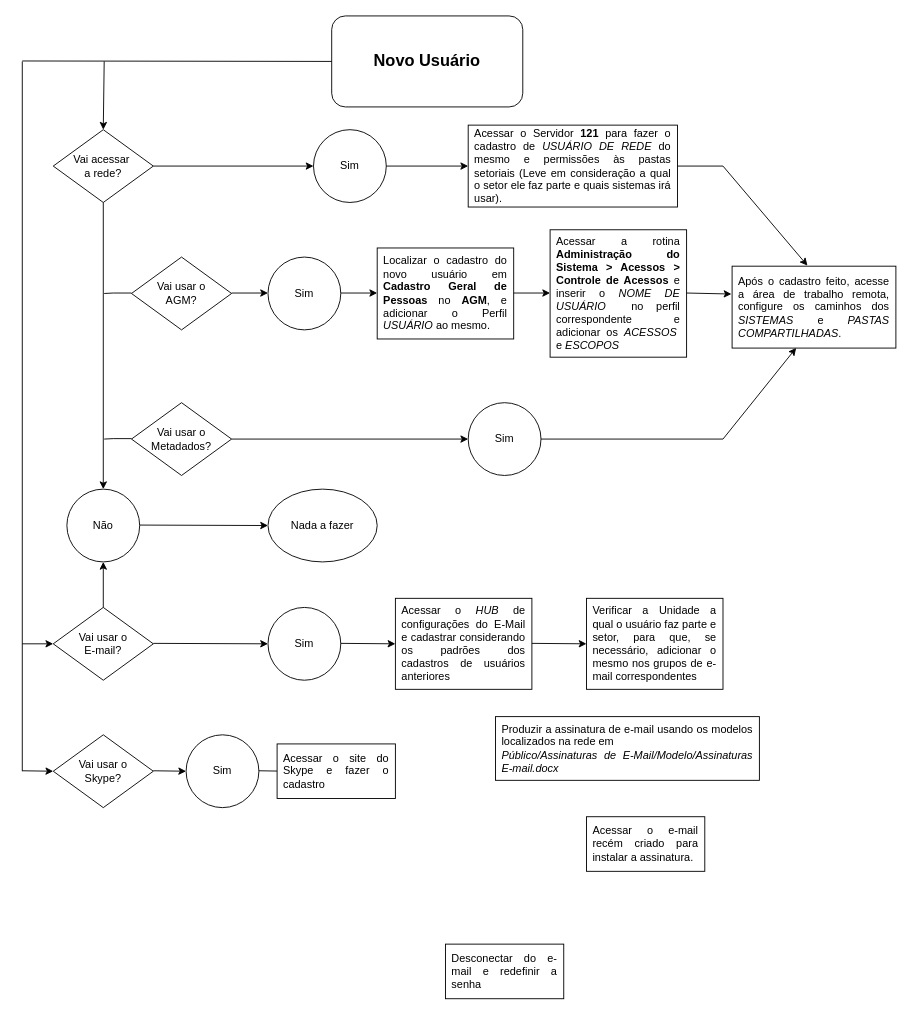
Before: Novos_Usuários.drawio in AlbertoPontes/Fluxogramas, a draw.io diagram. Source tidied: cells renumbered, new cells numbered last; positions are measured from the earlier drawing's top-left corner, leaving out a move shared by most shapes. Both pictures are drawn from the tidied source at 91%, with x=0, y=0 at pixel (22, 15).
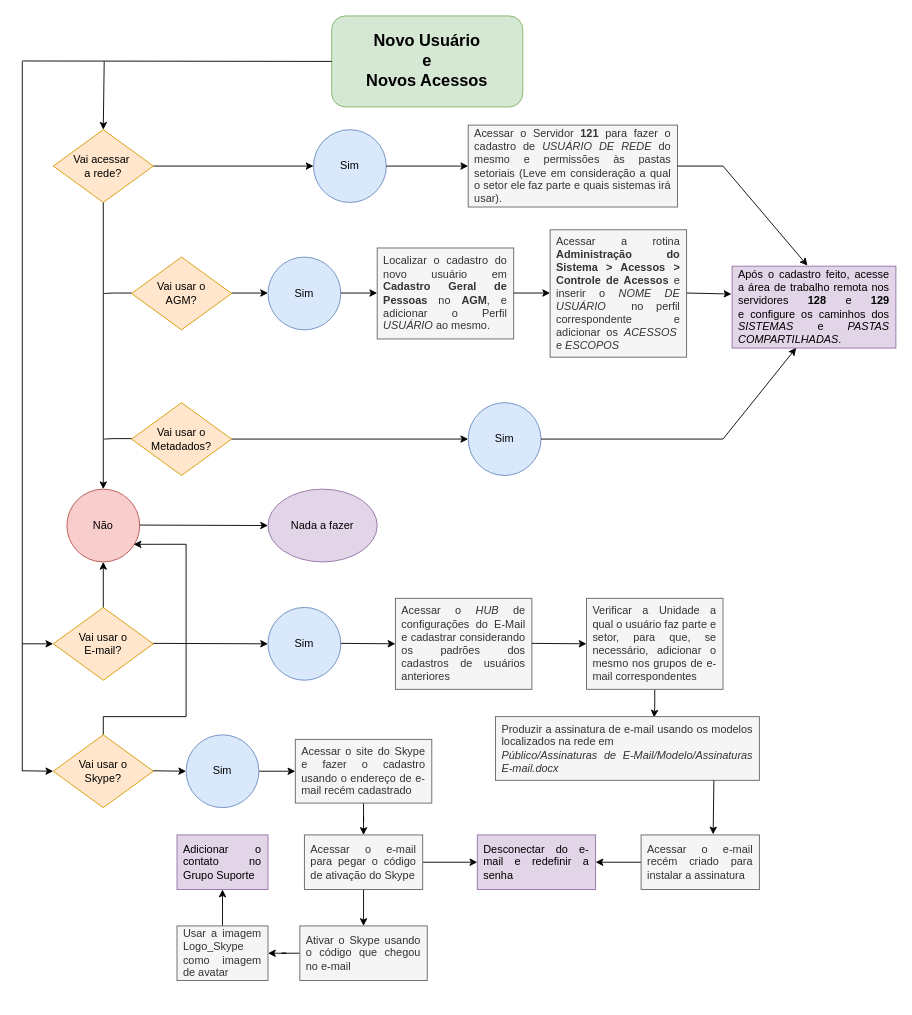
Above is the later version.

What changed in the source:
```diff
@@
-    <mxCell id="2" value="Vai usar o&lt;br&gt;AGM?" style="rhombus;whiteSpace=wrap;html=1;" parent="1" vertex="1">
+    <mxCell id="2" value="Vai usar o&lt;br&gt;AGM?" style="rhombus;whiteSpace=wrap;html=1;fillColor=#ffe6cc;strokeColor=#d79b00;" parent="1" vertex="1">
       <mxGeometry x="120" y="265" width="110" height="80" as="geometry" />
     </mxCell>
@@
-    <mxCell id="4" value="Sim" style="ellipse;whiteSpace=wrap;html=1;" parent="1" vertex="1">
+    <mxCell id="4" value="Sim" style="ellipse;whiteSpace=wrap;html=1;fillColor=#dae8fc;strokeColor=#6c8ebf;" parent="1" vertex="1">
       <mxGeometry x="320" y="125" width="80" height="80" as="geometry" />
     </mxCell>
-    <mxCell id="5" value="Não" style="ellipse;whiteSpace=wrap;html=1;" parent="1" vertex="1">
+    <mxCell id="5" value="Não" style="ellipse;whiteSpace=wrap;html=1;fillColor=#f8cecc;strokeColor=#b85450;" parent="1" vertex="1">
       <mxGeometry x="49" y="520" width="80" height="80" as="geometry" />
     </mxCell>
-    <mxCell id="6" value="Vai usar o Metadados?" style="rhombus;whiteSpace=wrap;html=1;" parent="1" vertex="1">
+    <mxCell id="6" value="Vai usar o Metadados?" style="rhombus;whiteSpace=wrap;html=1;fillColor=#ffe6cc;strokeColor=#d79b00;" parent="1" vertex="1">
       <mxGeometry x="120" y="425" width="110" height="80" as="geometry" />
     </mxCell>
@@
-    <mxCell id="8" value="Sim" style="ellipse;whiteSpace=wrap;html=1;" parent="1" vertex="1">
+    <mxCell id="8" value="Sim" style="ellipse;whiteSpace=wrap;html=1;fillColor=#dae8fc;strokeColor=#6c8ebf;" parent="1" vertex="1">
       <mxGeometry x="270" y="265" width="80" height="80" as="geometry" />
     </mxCell>
-    <mxCell id="9" value="Vai usar o&lt;br&gt;E-mail?" style="rhombus;whiteSpace=wrap;html=1;" parent="1" vertex="1">
+    <mxCell id="9" value="Vai usar o&lt;br&gt;E-mail?" style="rhombus;whiteSpace=wrap;html=1;fillColor=#ffe6cc;strokeColor=#d79b00;" parent="1" vertex="1">
       <mxGeometry x="34" y="650" width="110" height="80" as="geometry" />
     </mxCell>
@@
-    <mxCell id="11" value="&lt;div style=&quot;text-align: justify;&quot;&gt;&lt;span style=&quot;background-color: initial;&quot;&gt;Localizar o cadastro do novo usuário em &lt;b&gt;Cadastro Geral de Pessoas &lt;/b&gt;no &lt;b&gt;AGM&lt;/b&gt;, e adicionar&amp;nbsp;o Perfil &lt;i&gt;USUÁRIO&lt;/i&gt;&amp;nbsp;ao mesmo.&lt;/span&gt;&lt;/div&gt;" style="rounded=0;whiteSpace=wrap;html=1;perimeterSpacing=0;spacingLeft=4;spacingRight=4;spacing=4;spacingTop=4;spacingBottom=4;" parent="1" vertex="1">
+    <mxCell id="11" value="&lt;div style=&quot;text-align: justify;&quot;&gt;&lt;span style=&quot;background-color: initial;&quot;&gt;Localizar o cadastro do novo usuário em &lt;b&gt;Cadastro Geral de Pessoas &lt;/b&gt;no &lt;b&gt;AGM&lt;/b&gt;, e adicionar&amp;nbsp;o Perfil &lt;i&gt;USUÁRIO&lt;/i&gt;&amp;nbsp;ao mesmo.&lt;/span&gt;&lt;/div&gt;" style="rounded=0;whiteSpace=wrap;html=1;perimeterSpacing=0;spacingLeft=4;spacingRight=4;spacing=4;spacingTop=4;spacingBottom=4;fillColor=#f5f5f5;fontColor=#333333;strokeColor=#666666;" parent="1" vertex="1">
       <mxGeometry x="390" y="255" width="150" height="100" as="geometry" />
     </mxCell>
@@
-    <mxCell id="13" value="&lt;div style=&quot;text-align: justify;&quot;&gt;Acessar a rotina &lt;b&gt;Administração do Sistema &amp;gt; Acessos &amp;gt; Controle de Acessos&lt;/b&gt;&amp;nbsp;e inserir o &lt;i&gt;NOME DE USUÁRIO&lt;/i&gt;&amp;nbsp; no perfil correspondente e adicionar os &lt;i&gt;ACESSOS&amp;nbsp; &lt;/i&gt;e &lt;i&gt;ESCOPOS&lt;/i&gt;&lt;/div&gt;" style="rounded=0;whiteSpace=wrap;html=1;perimeterSpacing=0;spacingLeft=4;spacingRight=4;spacing=4;spacingTop=4;spacingBottom=4;" parent="1" vertex="1">
+    <mxCell id="13" value="&lt;div style=&quot;text-align: justify;&quot;&gt;Acessar a rotina &lt;b&gt;Administração do Sistema &amp;gt; Acessos &amp;gt; Controle de Acessos&lt;/b&gt;&amp;nbsp;e inserir o &lt;i&gt;NOME DE USUÁRIO&lt;/i&gt;&amp;nbsp; no perfil correspondente e adicionar os &lt;i&gt;ACESSOS&amp;nbsp; &lt;/i&gt;e &lt;i&gt;ESCOPOS&lt;/i&gt;&lt;/div&gt;" style="rounded=0;whiteSpace=wrap;html=1;perimeterSpacing=0;spacingLeft=4;spacingRight=4;spacing=4;spacingTop=4;spacingBottom=4;fillColor=#f5f5f5;fontColor=#333333;strokeColor=#666666;" parent="1" vertex="1">
       <mxGeometry x="580" y="235" width="150" height="140" as="geometry" />
     </mxCell>
-    <mxCell id="14" value="Vai acessar&amp;nbsp;&lt;br&gt;a rede?" style="rhombus;whiteSpace=wrap;html=1;" parent="1" vertex="1">
+    <mxCell id="14" value="Vai acessar&amp;nbsp;&lt;br&gt;a rede?" style="rhombus;whiteSpace=wrap;html=1;fillColor=#ffe6cc;strokeColor=#d79b00;" parent="1" vertex="1">
       <mxGeometry x="34" y="125" width="110" height="80" as="geometry" />
     </mxCell>
-    <mxCell id="15" value="&lt;div style=&quot;text-align: justify;&quot;&gt;Acessar o Servidor &lt;b&gt;121&lt;/b&gt;&amp;nbsp;para fazer o cadastro de &lt;i&gt;USUÁRIO DE REDE&lt;/i&gt;&amp;nbsp;do mesmo e permissões às pastas setoriais (Leve em consideração a qual o setor ele faz parte e quais sistemas irá usar).&amp;nbsp;&lt;/div&gt;" style="rounded=0;whiteSpace=wrap;html=1;perimeterSpacing=0;spacingLeft=4;spacingRight=4;spacing=4;spacingTop=4;spacingBottom=4;" parent="1" vertex="1">
+    <mxCell id="15" value="&lt;div style=&quot;text-align: justify;&quot;&gt;Acessar o Servidor &lt;b&gt;121&lt;/b&gt;&amp;nbsp;para fazer o cadastro de &lt;i&gt;USUÁRIO DE REDE&lt;/i&gt;&amp;nbsp;do mesmo e permissões às pastas setoriais (Leve em consideração a qual o setor ele faz parte e quais sistemas irá usar).&amp;nbsp;&lt;/div&gt;" style="rounded=0;whiteSpace=wrap;html=1;perimeterSpacing=0;spacingLeft=4;spacingRight=4;spacing=4;spacingTop=4;spacingBottom=4;fillColor=#f5f5f5;fontColor=#333333;strokeColor=#666666;" parent="1" vertex="1">
       <mxGeometry x="490" y="120" width="230" height="90" as="geometry" />
     </mxCell>
-    <mxCell id="16" value="&lt;div style=&quot;text-align: justify;&quot;&gt;Após o cadastro feito, acesse a área de trabalho remota, configure os caminhos dos &lt;i&gt;SISTEMAS&lt;/i&gt;&amp;nbsp;e &lt;i&gt;PASTAS COMPARTILHADAS&lt;/i&gt;.&lt;br&gt;&lt;/div&gt;" style="rounded=0;whiteSpace=wrap;html=1;perimeterSpacing=0;spacingLeft=4;spacingRight=4;spacing=4;spacingTop=4;spacingBottom=4;" parent="1" vertex="1">
+    <mxCell id="16" value="&lt;div style=&quot;text-align: justify;&quot;&gt;Após o cadastro feito, acesse a área de trabalho remota nos servidores&amp;nbsp;&lt;b&gt;128&lt;/b&gt; e &lt;b&gt;129 &lt;/b&gt;e&amp;nbsp;configure os caminhos dos &lt;i&gt;SISTEMAS&lt;/i&gt;&amp;nbsp;e &lt;i&gt;PASTAS COMPARTILHADAS&lt;/i&gt;.&lt;br&gt;&lt;/div&gt;" style="rounded=0;whiteSpace=wrap;html=1;perimeterSpacing=0;spacingLeft=4;spacingRight=4;spacing=4;spacingTop=4;spacingBottom=4;fillColor=#e1d5e7;strokeColor=#9673a6;" parent="1" vertex="1">
       <mxGeometry x="780" y="275" width="180" height="90" as="geometry" />
     </mxCell>
@@
-    <mxCell id="19" value="Sim" style="ellipse;whiteSpace=wrap;html=1;" parent="1" vertex="1">
+    <mxCell id="19" value="Sim" style="ellipse;whiteSpace=wrap;html=1;fillColor=#dae8fc;strokeColor=#6c8ebf;" parent="1" vertex="1">
       <mxGeometry x="490" y="425" width="80" height="80" as="geometry" />
     </mxCell>
@@
-    <mxCell id="23" value="&lt;b&gt;&lt;font style=&quot;font-size: 18px;&quot;&gt;Novo Usuário&lt;/font&gt;&lt;/b&gt;" style="rounded=1;whiteSpace=wrap;html=1;" parent="1" vertex="1">
+    <mxCell id="23" value="&lt;b&gt;&lt;font style=&quot;font-size: 18px;&quot;&gt;Novo Usuário&lt;br&gt;e&lt;br&gt;Novos Acessos&lt;br&gt;&lt;/font&gt;&lt;/b&gt;" style="rounded=1;whiteSpace=wrap;html=1;fillColor=#d5e8d4;strokeColor=#82b366;" parent="1" vertex="1">
       <mxGeometry x="340" width="210" height="100" as="geometry" />
     </mxCell>
@@
-    <mxCell id="32" value="Nada a fazer" style="ellipse;whiteSpace=wrap;html=1;" parent="1" vertex="1">
+    <mxCell id="32" value="Nada a fazer" style="ellipse;whiteSpace=wrap;html=1;fillColor=#e1d5e7;strokeColor=#9673a6;" parent="1" vertex="1">
       <mxGeometry x="270" y="520" width="120" height="80" as="geometry" />
     </mxCell>
@@
-    <mxCell id="35" value="Sim" style="ellipse;whiteSpace=wrap;html=1;" parent="1" vertex="1">
+    <mxCell id="35" value="Sim" style="ellipse;whiteSpace=wrap;html=1;fillColor=#dae8fc;strokeColor=#6c8ebf;" parent="1" vertex="1">
       <mxGeometry x="270" y="650" width="80" height="80" as="geometry" />
     </mxCell>
-    <mxCell id="36" value="&lt;div style=&quot;text-align: justify;&quot;&gt;Acessar o &lt;i&gt;HUB&lt;/i&gt;&amp;nbsp;de configurações do E-Mail e cadastrar considerando os padrões dos cadastros de usuários anteriores&lt;/div&gt;" style="rounded=0;whiteSpace=wrap;html=1;perimeterSpacing=0;spacingLeft=4;spacingRight=4;spacing=4;spacingTop=4;spacingBottom=4;" parent="1" vertex="1">
+    <mxCell id="36" value="&lt;div style=&quot;text-align: justify;&quot;&gt;Acessar o &lt;i&gt;HUB&lt;/i&gt;&amp;nbsp;de configurações do E-Mail e cadastrar considerando os padrões dos cadastros de usuários anteriores&lt;/div&gt;" style="rounded=0;whiteSpace=wrap;html=1;perimeterSpacing=0;spacingLeft=4;spacingRight=4;spacing=4;spacingTop=4;spacingBottom=4;fillColor=#f5f5f5;fontColor=#333333;strokeColor=#666666;" parent="1" vertex="1">
       <mxGeometry x="410" y="640" width="150" height="100" as="geometry" />
     </mxCell>
+    <mxCell id="49" style="edgeStyle=orthogonalEdgeStyle;rounded=0;jettySize=auto;html=1;entryX=0.601;entryY=0.014;entryDx=0;entryDy=0;entryPerimeter=0;" parent="1" edge="1" source="37" target="38">
+      <mxGeometry relative="1" as="geometry" />
+    </mxCell>
-    <mxCell id="37" value="&lt;div style=&quot;text-align: justify;&quot;&gt;Verificar a Unidade a qual o usuário faz parte e setor, para que, se necessário, adicionar o mesmo nos grupos de e-mail correspondentes&lt;/div&gt;" style="rounded=0;whiteSpace=wrap;html=1;perimeterSpacing=0;spacingLeft=4;spacingRight=4;spacing=4;spacingTop=4;spacingBottom=4;" parent="1" vertex="1">
+    <mxCell id="37" value="&lt;div style=&quot;text-align: justify;&quot;&gt;Verificar a Unidade a qual o usuário faz parte e setor, para que, se necessário, adicionar o mesmo nos grupos de e-mail correspondentes&lt;/div&gt;" style="rounded=0;whiteSpace=wrap;html=1;perimeterSpacing=0;spacingLeft=4;spacingRight=4;spacing=4;spacingTop=4;spacingBottom=4;fillColor=#f5f5f5;fontColor=#333333;strokeColor=#666666;" parent="1" vertex="1">
       <mxGeometry x="620" y="640" width="150" height="100" as="geometry" />
     </mxCell>
-    <mxCell id="38" value="&lt;div style=&quot;text-align: justify;&quot;&gt;Produzir a assinatura de e-mail usando os modelos localizados na rede em&lt;/div&gt;&lt;div style=&quot;text-align: justify;&quot;&gt;&lt;i style=&quot;&quot;&gt;Público/Assinaturas de E-Mail/Modelo/Assinaturas E-mail.docx&lt;/i&gt;&lt;/div&gt;" style="rounded=0;whiteSpace=wrap;html=1;perimeterSpacing=0;spacingLeft=4;spacingRight=4;spacing=4;spacingTop=4;spacingBottom=4;" parent="1" vertex="1">
+    <mxCell id="38" value="&lt;div style=&quot;text-align: justify;&quot;&gt;Produzir a assinatura de e-mail usando os modelos localizados na rede em&lt;/div&gt;&lt;div style=&quot;text-align: justify;&quot;&gt;&lt;i style=&quot;&quot;&gt;Público/Assinaturas de E-Mail/Modelo/Assinaturas E-mail.docx&lt;/i&gt;&lt;/div&gt;" style="rounded=0;whiteSpace=wrap;html=1;perimeterSpacing=0;spacingLeft=4;spacingRight=4;spacing=4;spacingTop=4;spacingBottom=4;fillColor=#f5f5f5;fontColor=#333333;strokeColor=#666666;" parent="1" vertex="1">
       <mxGeometry x="520" y="770" width="290" height="70" as="geometry" />
     </mxCell>
@@
+    <mxCell id="50" style="edgeStyle=orthogonalEdgeStyle;rounded=0;jettySize=auto;html=1;entryX=1;entryY=0.5;entryDx=0;entryDy=0;" parent="1" edge="1" source="41" target="42">
+      <mxGeometry relative="1" as="geometry" />
+    </mxCell>
-    <mxCell id="41" value="&lt;div style=&quot;text-align: justify;&quot;&gt;Acessar o e-mail recém criado para instalar a assinatura.&lt;/div&gt;" style="rounded=0;whiteSpace=wrap;html=1;perimeterSpacing=0;spacingLeft=4;spacingRight=4;spacing=4;spacingTop=4;spacingBottom=4;" parent="1" vertex="1">
-      <mxGeometry x="620" y="880" width="130" height="60" as="geometry" />
+    <mxCell id="41" value="&lt;div style=&quot;text-align: justify;&quot;&gt;Acessar o e-mail recém criado para instalar a assinatura&lt;/div&gt;" style="rounded=0;whiteSpace=wrap;html=1;perimeterSpacing=0;spacingLeft=4;spacingRight=4;spacing=4;spacingTop=4;spacingBottom=4;fillColor=#f5f5f5;fontColor=#333333;strokeColor=#666666;" parent="1" vertex="1">
+      <mxGeometry x="680" y="900" width="130" height="60" as="geometry" />
     </mxCell>
-    <mxCell id="42" value="&lt;div style=&quot;text-align: justify;&quot;&gt;Desconectar do e-mail e redefinir a senha&lt;/div&gt;" style="rounded=0;whiteSpace=wrap;html=1;perimeterSpacing=0;spacingLeft=4;spacingRight=4;spacing=4;spacingTop=4;spacingBottom=4;" parent="1" vertex="1">
-      <mxGeometry x="465" y="1020" width="130" height="60" as="geometry" />
+    <mxCell id="42" value="&lt;div style=&quot;text-align: justify;&quot;&gt;Desconectar do e-mail e redefinir a senha&lt;/div&gt;" style="rounded=0;whiteSpace=wrap;html=1;perimeterSpacing=0;spacingLeft=4;spacingRight=4;spacing=4;spacingTop=4;spacingBottom=4;fillColor=#e1d5e7;strokeColor=#9673a6;" parent="1" vertex="1">
+      <mxGeometry x="500" y="900" width="130" height="60" as="geometry" />
     </mxCell>
+    <mxCell id="51" style="edgeStyle=orthogonalEdgeStyle;rounded=0;jettySize=auto;html=1;entryX=0.917;entryY=0.758;entryDx=0;entryDy=0;entryPerimeter=0;" parent="1" edge="1" source="43" target="5">
+      <mxGeometry relative="1" as="geometry">
+        <Array as="points">
+          <mxPoint x="89" y="770" />
+          <mxPoint x="180" y="770" />
+          <mxPoint x="180" y="581" />
+        </Array>
+      </mxGeometry>
+    </mxCell>
-    <mxCell id="43" value="Vai usar o&lt;br&gt;Skype?" style="rhombus;whiteSpace=wrap;html=1;" parent="1" vertex="1">
+    <mxCell id="43" value="Vai usar o&lt;br&gt;Skype?" style="rhombus;whiteSpace=wrap;html=1;fillColor=#ffe6cc;strokeColor=#d79b00;" parent="1" vertex="1">
       <mxGeometry x="34" y="790" width="110" height="80" as="geometry" />
     </mxCell>
-    <mxCell id="44" style="endArrow=classic;html=1;rounded=0;entryX=0;entryY=0.5;entryDx=0;entryDy=0;" parent="1" edge="1" target="45">
+    <mxCell id="44" style="endArrow=classic;html=1;rounded=0;entryX=0;entryY=0.5;entryDx=0;entryDy=0;" parent="1" edge="1">
       <mxGeometry relative="1" as="geometry">
         <mxPoint x="144" y="829.5" as="sourcePoint" />
+        <mxPoint x="180" y="830" as="targetPoint" />
       </mxGeometry>
     </mxCell>
+    <mxCell id="47" style="endArrow=classic;html=1;rounded=0;entryX=0;entryY=0.5;entryDx=0;entryDy=0;" parent="1" edge="1">
+      <mxGeometry relative="1" as="geometry">
+        <mxPoint y="829.5" as="sourcePoint" />
+        <mxPoint x="34" y="830" as="targetPoint" />
+      </mxGeometry>
+    </mxCell>
+    <mxCell id="52" style="edgeStyle=orthogonalEdgeStyle;rounded=0;jettySize=auto;html=1;entryX=0.5;entryY=0;entryDx=0;entryDy=0;" parent="1" edge="1" source="48" target="58">
+      <mxGeometry relative="1" as="geometry" />
+    </mxCell>
+    <mxCell id="48" value="&lt;div style=&quot;text-align: justify;&quot;&gt;Acessar o site do Skype e fazer o cadastro usando o endereço de e-mail recém cadastrado&lt;/div&gt;" style="rounded=0;whiteSpace=wrap;html=1;perimeterSpacing=0;spacingLeft=4;spacingRight=4;spacing=4;spacingTop=4;spacingBottom=4;fillColor=#f5f5f5;fontColor=#333333;strokeColor=#666666;" parent="1" vertex="1">
+      <mxGeometry x="300" y="795" width="150" height="70" as="geometry" />
+    </mxCell>
+    <mxCell id="53" style="edgeStyle=orthogonalEdgeStyle;rounded=0;jettySize=auto;html=1;entryX=1;entryY=0.5;entryDx=0;entryDy=0;" parent="1" edge="1" source="54" target="60">
+      <mxGeometry relative="1" as="geometry" />
+    </mxCell>
+    <mxCell id="54" value="&lt;div style=&quot;text-align: justify;&quot;&gt;Ativar o Skype usando o código que chegou no e-mail&lt;/div&gt;" style="rounded=0;whiteSpace=wrap;html=1;perimeterSpacing=0;spacingLeft=4;spacingRight=4;spacing=4;spacingTop=4;spacingBottom=4;fillColor=#f5f5f5;fontColor=#333333;strokeColor=#666666;" parent="1" vertex="1">
+      <mxGeometry x="305" y="1000" width="140" height="60" as="geometry" />
+    </mxCell>
+    <mxCell id="55" style="edgeStyle=orthogonalEdgeStyle;rounded=0;jettySize=auto;html=1;entryX=0;entryY=0.5;entryDx=0;entryDy=0;" parent="1" edge="1" source="45" target="48">
+      <mxGeometry relative="1" as="geometry" />
+    </mxCell>
-    <mxCell id="45" value="Sim" style="ellipse;whiteSpace=wrap;html=1;" parent="1" vertex="1">
+    <mxCell id="45" value="Sim" style="ellipse;whiteSpace=wrap;html=1;fillColor=#dae8fc;strokeColor=#6c8ebf;" parent="1" vertex="1">
       <mxGeometry x="180" y="790" width="80" height="80" as="geometry" />
     </mxCell>
-    <mxCell id="46" style="endArrow=classic;html=1;rounded=0;" parent="1" edge="1">
-      <mxGeometry relative="1" as="geometry">
-        <mxPoint x="260" y="829.5" as="sourcePoint" />
-        <mxPoint x="290" y="830" as="targetPoint" />
-      </mxGeometry>
-    </mxCell>
-    <mxCell id="47" style="endArrow=classic;html=1;rounded=0;entryX=0;entryY=0.5;entryDx=0;entryDy=0;" parent="1" edge="1">
-      <mxGeometry relative="1" as="geometry">
-        <mxPoint y="829.5" as="sourcePoint" />
-        <mxPoint x="34" y="830" as="targetPoint" />
-      </mxGeometry>
-    </mxCell>
-    <mxCell id="48" value="&lt;div style=&quot;text-align: justify;&quot;&gt;Acessar o site do Skype e fazer o cadastro&lt;/div&gt;" style="rounded=0;whiteSpace=wrap;html=1;perimeterSpacing=0;spacingLeft=4;spacingRight=4;spacing=4;spacingTop=4;spacingBottom=4;" parent="1" vertex="1">
-      <mxGeometry x="280" y="800" width="130" height="60" as="geometry" />
-    </mxCell>
+    <mxCell id="56" style="edgeStyle=orthogonalEdgeStyle;rounded=0;jettySize=auto;html=1;entryX=0.5;entryY=0;entryDx=0;entryDy=0;" parent="1" edge="1" source="58" target="54">
+      <mxGeometry relative="1" as="geometry" />
+    </mxCell>
+    <mxCell id="57" style="edgeStyle=orthogonalEdgeStyle;rounded=0;jettySize=auto;html=1;entryX=0;entryY=0.5;entryDx=0;entryDy=0;" parent="1" edge="1" source="58" target="42">
+      <mxGeometry relative="1" as="geometry" />
+    </mxCell>
+    <mxCell id="58" value="&lt;div style=&quot;text-align: justify;&quot;&gt;Acessar o e-mail para pegar o código de ativação do Skype&lt;/div&gt;" style="rounded=0;whiteSpace=wrap;html=1;perimeterSpacing=0;spacingLeft=4;spacingRight=4;spacing=4;spacingTop=4;spacingBottom=4;fillColor=#f5f5f5;fontColor=#333333;strokeColor=#666666;" parent="1" vertex="1">
+      <mxGeometry x="310" y="900" width="130" height="60" as="geometry" />
+    </mxCell>
+    <mxCell id="59" style="edgeStyle=orthogonalEdgeStyle;rounded=0;jettySize=auto;html=1;entryX=0.5;entryY=1;entryDx=0;entryDy=0;" parent="1" edge="1" source="60" target="61">
+      <mxGeometry relative="1" as="geometry" />
+    </mxCell>
+    <mxCell id="60" value="&lt;div style=&quot;text-align: justify;&quot;&gt;Usar a imagem Logo_Skype como imagem de avatar&lt;/div&gt;" style="rounded=0;whiteSpace=wrap;html=1;perimeterSpacing=0;spacingLeft=4;spacingRight=4;spacing=4;spacingTop=4;spacingBottom=4;fillColor=#f5f5f5;fontColor=#333333;strokeColor=#666666;" parent="1" vertex="1">
+      <mxGeometry x="170" y="1000" width="100" height="60" as="geometry" />
+    </mxCell>
+    <mxCell id="61" value="&lt;div style=&quot;text-align: justify;&quot;&gt;Adicionar o contato no Grupo Suporte&lt;/div&gt;" style="rounded=0;whiteSpace=wrap;html=1;perimeterSpacing=0;spacingLeft=4;spacingRight=4;spacing=4;spacingTop=4;spacingBottom=4;fillColor=#e1d5e7;strokeColor=#9673a6;" parent="1" vertex="1">
+      <mxGeometry x="170" y="900" width="100" height="60" as="geometry" />
+    </mxCell>
+    <mxCell id="62" style="endArrow=classic;html=1;rounded=0;entryX=0.609;entryY=-0.01;entryDx=0;entryDy=0;entryPerimeter=0;" parent="1" edge="1" target="41">
+      <mxGeometry relative="1" as="geometry">
+        <mxPoint x="760" y="840" as="sourcePoint" />
+      </mxGeometry>
+    </mxCell>
```
